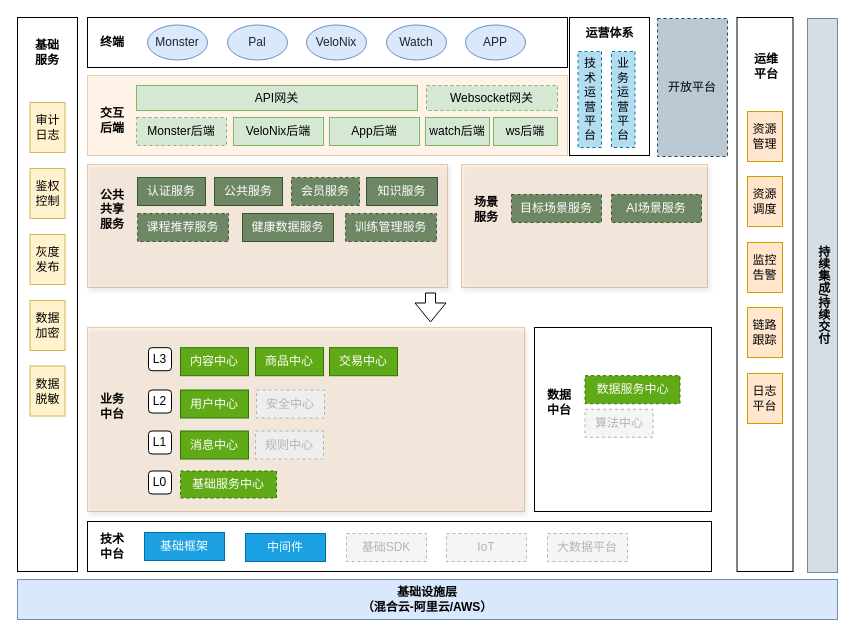
Earlier version of the draw.io diagram 微服务架构.drawio (bert561/drawio-sj). Source tidied: cells renumbered, new cells numbered last; positions are measured from the earlier drawing's top-left corner, leaving out a move shared by most shapes. Both pictures are drawn from the tidied source at 100%, with x=0, y=0 at pixel (17, 17).
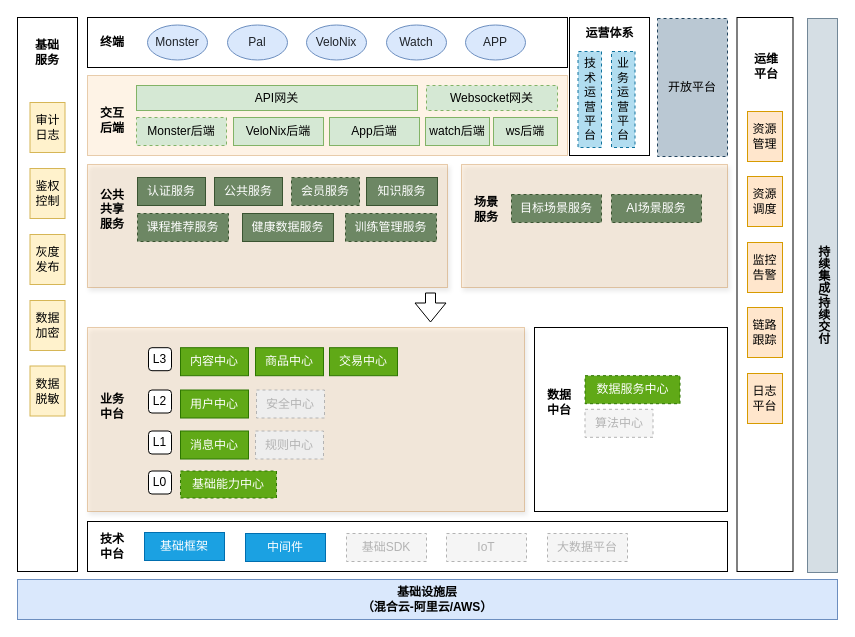
The same page after the edit.

Commit message:
更新微服务架构.drawio

Diff of the diagram source:
```diff
@@
     <mxCell id="6" style="rounded=0;whiteSpace=wrap;html=1;fillColor=none;" parent="1" vertex="1">
-      <mxGeometry x="70" y="504" width="624" height="50" as="geometry" />
+      <mxGeometry x="70" y="504" width="640" height="50" as="geometry" />
     </mxCell>
@@
     <mxCell id="27" style="rounded=0;whiteSpace=wrap;html=1;fillColor=#fad7ac;strokeColor=#b46504;shadow=1;opacity=30;" parent="1" vertex="1">
-      <mxGeometry x="444" y="147" width="246" height="123" as="geometry" />
+      <mxGeometry x="444" y="147" width="266" height="123" as="geometry" />
     </mxCell>
@@
     <mxCell id="54" style="rounded=0;whiteSpace=wrap;html=1;fillColor=none;" parent="1" vertex="1">
-      <mxGeometry x="517" y="310" width="177" height="184" as="geometry" />
+      <mxGeometry x="517" y="310" width="193" height="184" as="geometry" />
     </mxCell>
@@
-    <mxCell id="66" value="基础服务中心" style="rounded=0;whiteSpace=wrap;html=1;fillColor=#60a917;strokeColor=#2D7600;fontColor=#ffffff;dashed=1;" parent="1" vertex="1">
+    <mxCell id="66" value="基础能力中心" style="rounded=0;whiteSpace=wrap;html=1;fillColor=#60a917;strokeColor=#2D7600;fontColor=#ffffff;dashed=1;" parent="1" vertex="1">
       <mxGeometry x="163" y="453.5" width="96" height="27" as="geometry" />
     </mxCell>
```
